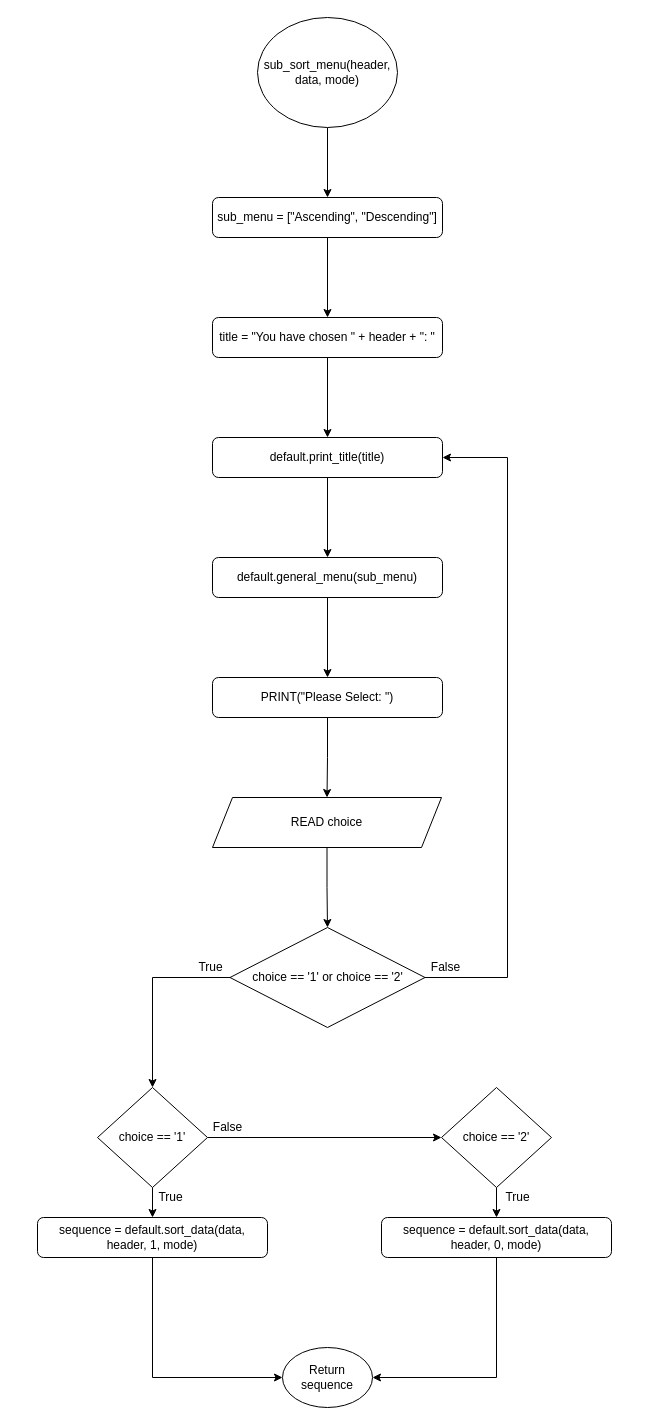
Above: Flowchart/clients/sub_sort_menu.drawio in RabbitBear00/Car-Rental-System (draw.io), before the change. Source tidied: cells renumbered, new cells numbered last; positions are measured from the earlier drawing's top-left corner, leaving out a move shared by most shapes. Both pictures are drawn from the tidied source at 100%, with x=0, y=0 at pixel (37, 17).
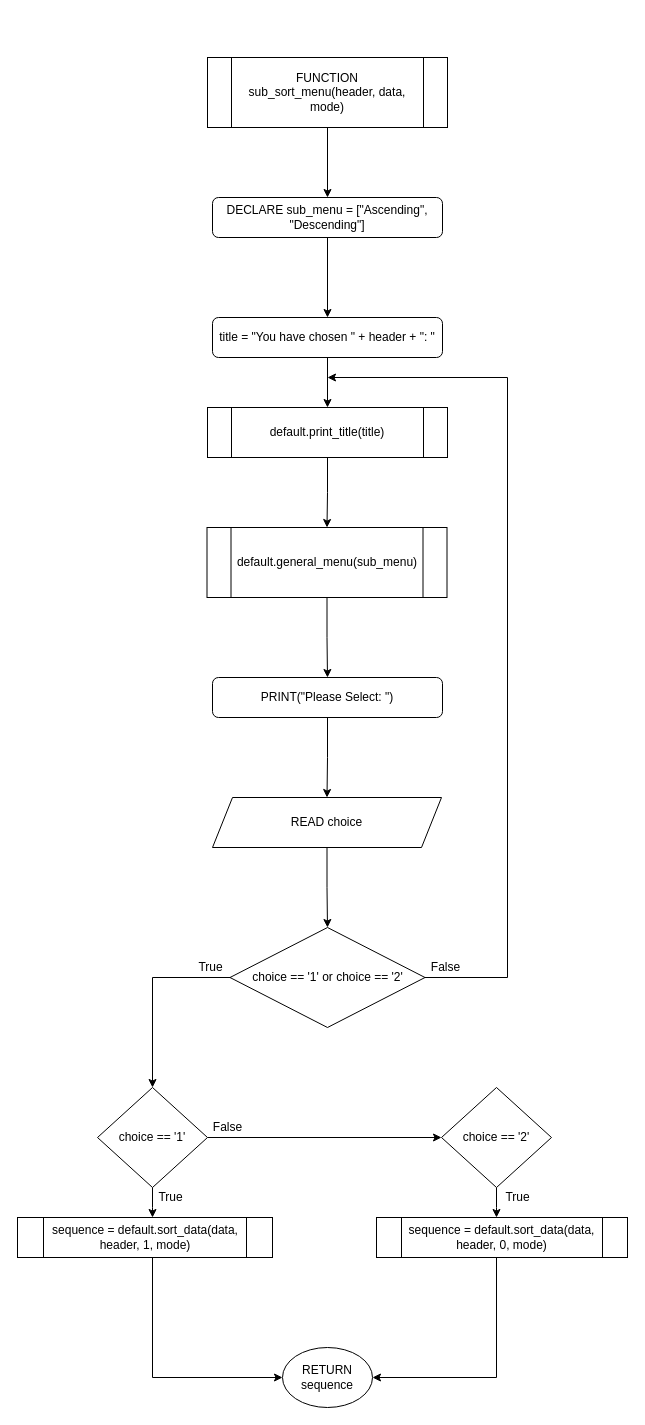
The same page after the edit.

Unchanged cells that the change refers to:
```xml
<mxCell id="7" value="title = &quot;You have chosen &quot; + header + &quot;: &quot;" style="rounded=1;whiteSpace=wrap;html=1;" parent="1" vertex="1">
  <mxGeometry x="175" y="300" width="230" height="40" as="geometry" />
</mxCell>
<mxCell id="13" value="PRINT(&quot;Please Select: &quot;)" style="rounded=1;whiteSpace=wrap;html=1;" parent="1" vertex="1">
  <mxGeometry x="175" y="660" width="230" height="40" as="geometry" />
</mxCell>
<mxCell id="18" value="choice == '1' or choice == '2'" style="rhombus;whiteSpace=wrap;html=1;" parent="1" vertex="1">
  <mxGeometry x="192.5" y="910" width="195" height="100" as="geometry" />
</mxCell>
<mxCell id="21" value="choice == '1'" style="rhombus;whiteSpace=wrap;html=1;" parent="1" vertex="1">
  <mxGeometry x="60" y="1070" width="110" height="100" as="geometry" />
</mxCell>
<mxCell id="23" value="choice == '2'" style="rhombus;whiteSpace=wrap;html=1;" parent="1" vertex="1">
  <mxGeometry x="404" y="1070" width="110" height="100" as="geometry" />
</mxCell>
```

Diff of the diagram source:
```diff
@@
-    <mxCell id="2" style="edgeStyle=orthogonalEdgeStyle;rounded=0;jettySize=auto;html=1;" parent="1" edge="1" source="3" target="5">
-      <mxGeometry relative="1" as="geometry" />
-    </mxCell>
-    <mxCell id="3" value="sub_sort_menu(header, data, mode)" style="ellipse;whiteSpace=wrap;html=1;" parent="1" vertex="1">
-      <mxGeometry x="220" width="140" height="110" as="geometry" />
-    </mxCell>
@@
-    <mxCell id="5" value="sub_menu = [&quot;Ascending&quot;, &quot;Descending&quot;]" style="rounded=1;whiteSpace=wrap;html=1;" parent="1" vertex="1">
+    <mxCell id="5" value="DECLARE sub_menu = [&quot;Ascending&quot;, &quot;Descending&quot;]" style="rounded=1;whiteSpace=wrap;html=1;" parent="1" vertex="1">
       <mxGeometry x="175" y="180" width="230" height="40" as="geometry" />
     </mxCell>
-    <mxCell id="6" style="edgeStyle=orthogonalEdgeStyle;rounded=0;jettySize=auto;html=1;" parent="1" edge="1" source="7" target="9">
+    <mxCell id="6" style="edgeStyle=orthogonalEdgeStyle;rounded=0;jettySize=auto;html=1;endArrow=classic;endFill=1;" parent="1" edge="1" source="7" target="9">
       <mxGeometry relative="1" as="geometry" />
     </mxCell>
@@
-    <mxCell id="8" style="edgeStyle=orthogonalEdgeStyle;rounded=0;jettySize=auto;html=1;" parent="1" edge="1" source="9" target="11">
-      <mxGeometry relative="1" as="geometry" />
-    </mxCell>
-    <mxCell id="9" value="default.print_title(title)" style="rounded=1;whiteSpace=wrap;html=1;" parent="1" vertex="1">
-      <mxGeometry x="175" y="420" width="230" height="40" as="geometry" />
-    </mxCell>
-    <mxCell id="10" style="edgeStyle=orthogonalEdgeStyle;rounded=0;jettySize=auto;html=1;" parent="1" edge="1" source="11" target="13">
-      <mxGeometry relative="1" as="geometry" />
-    </mxCell>
-    <mxCell id="11" value="default.general_menu(sub_menu)" style="rounded=1;whiteSpace=wrap;html=1;" parent="1" vertex="1">
-      <mxGeometry x="175" y="540" width="230" height="40" as="geometry" />
-    </mxCell>
@@
-    <mxCell id="17" style="edgeStyle=orthogonalEdgeStyle;rounded=0;jettySize=auto;html=1;exitX=1;exitY=0.5;exitDx=0;exitDy=0;entryX=1;entryY=0.5;entryDx=0;entryDy=0;" parent="1" edge="1" source="18" target="9">
+    <mxCell id="17" style="edgeStyle=orthogonalEdgeStyle;rounded=0;jettySize=auto;html=1;exitX=1;exitY=0.5;exitDx=0;exitDy=0;" parent="1" edge="1" source="18">
       <mxGeometry relative="1" as="geometry">
+        <mxPoint x="290" y="360" as="targetPoint" />
         <Array as="points">
           <mxPoint x="470" y="960" />
-          <mxPoint x="470" y="440" />
+          <mxPoint x="470" y="360" />
         </Array>
       </mxGeometry>
     </mxCell>
@@
-    <mxCell id="19" style="edgeStyle=orthogonalEdgeStyle;rounded=0;jettySize=auto;html=1;" parent="1" edge="1" source="21" target="26">
-      <mxGeometry relative="1" as="geometry" />
+    <mxCell id="19" style="edgeStyle=orthogonalEdgeStyle;rounded=0;jettySize=auto;html=1;" parent="1" edge="1" source="21">
+      <mxGeometry relative="1" as="geometry">
+        <mxPoint x="115" y="1200" as="targetPoint" />
+      </mxGeometry>
     </mxCell>
@@
-    <mxCell id="22" style="edgeStyle=orthogonalEdgeStyle;rounded=0;jettySize=auto;html=1;" parent="1" edge="1" source="23" target="28">
-      <mxGeometry relative="1" as="geometry" />
+    <mxCell id="22" style="edgeStyle=orthogonalEdgeStyle;rounded=0;jettySize=auto;html=1;" parent="1" edge="1" source="23">
+      <mxGeometry relative="1" as="geometry">
+        <mxPoint x="459" y="1200" as="targetPoint" />
+      </mxGeometry>
     </mxCell>
@@
-    <mxCell id="24" value="Return sequence" style="ellipse;whiteSpace=wrap;html=1;" parent="1" vertex="1">
+    <mxCell id="24" value="RETURN sequence" style="ellipse;whiteSpace=wrap;html=1;" parent="1" vertex="1">
       <mxGeometry x="245" y="1330" width="90" height="60" as="geometry" />
     </mxCell>
-    <mxCell id="25" style="edgeStyle=orthogonalEdgeStyle;rounded=0;jettySize=auto;html=1;entryX=0;entryY=0.5;entryDx=0;entryDy=0;" parent="1" edge="1" source="26" target="24">
+    <mxCell id="25" style="edgeStyle=orthogonalEdgeStyle;rounded=0;jettySize=auto;html=1;entryX=0;entryY=0.5;entryDx=0;entryDy=0;" parent="1" edge="1" target="24">
       <mxGeometry relative="1" as="geometry">
+        <mxPoint x="115" y="1240" as="sourcePoint" />
         <Array as="points">
           <mxPoint x="115" y="1360" />
         </Array>
       </mxGeometry>
     </mxCell>
-    <mxCell id="26" value="sequence = default.sort_data(data, header, 1, mode)" style="rounded=1;whiteSpace=wrap;html=1;" parent="1" vertex="1">
-      <mxGeometry y="1200" width="230" height="40" as="geometry" />
-    </mxCell>
-    <mxCell id="27" style="edgeStyle=orthogonalEdgeStyle;rounded=0;jettySize=auto;html=1;entryX=1;entryY=0.5;entryDx=0;entryDy=0;" parent="1" edge="1" source="28" target="24">
+    <mxCell id="27" style="edgeStyle=orthogonalEdgeStyle;rounded=0;jettySize=auto;html=1;entryX=1;entryY=0.5;entryDx=0;entryDy=0;" parent="1" edge="1" target="24">
       <mxGeometry relative="1" as="geometry">
+        <mxPoint x="459" y="1240" as="sourcePoint" />
         <Array as="points">
           <mxPoint x="459" y="1360" />
         </Array>
       </mxGeometry>
     </mxCell>
-    <mxCell id="28" value="sequence = default.sort_data(data, header, 0, mode)" style="rounded=1;whiteSpace=wrap;html=1;" parent="1" vertex="1">
-      <mxGeometry x="344" y="1200" width="230" height="40" as="geometry" />
-    </mxCell>
@@
+    <mxCell id="34" style="edgeStyle=orthogonalEdgeStyle;rounded=0;jettySize=auto;html=1;endArrow=classic;endFill=1;" parent="1" edge="1" source="35" target="5">
+      <mxGeometry relative="1" as="geometry" />
+    </mxCell>
+    <mxCell id="35" value="FUNCTION sub_sort_menu(header, data, mode)" style="shape=process;whiteSpace=wrap;html=1;backgroundOutline=1;" parent="1" vertex="1">
+      <mxGeometry x="170" y="40" width="240" height="70" as="geometry" />
+    </mxCell>
+    <mxCell id="10" style="edgeStyle=orthogonalEdgeStyle;rounded=0;jettySize=auto;html=1;endArrow=classic;endFill=1;" parent="1" edge="1" source="11" target="13">
+      <mxGeometry relative="1" as="geometry" />
+    </mxCell>
+    <mxCell id="11" value="default.general_menu(sub_menu)" style="shape=process;whiteSpace=wrap;html=1;backgroundOutline=1;" parent="1" vertex="1">
+      <mxGeometry x="169.5" y="510" width="240" height="70" as="geometry" />
+    </mxCell>
+    <mxCell id="8" style="edgeStyle=orthogonalEdgeStyle;rounded=0;jettySize=auto;html=1;endArrow=classic;endFill=1;" parent="1" edge="1" source="9" target="11">
+      <mxGeometry relative="1" as="geometry" />
+    </mxCell>
+    <mxCell id="9" value="default.print_title(title)" style="shape=process;whiteSpace=wrap;html=1;backgroundOutline=1;" parent="1" vertex="1">
+      <mxGeometry x="170" y="390" width="240" height="50" as="geometry" />
+    </mxCell>
+    <mxCell id="26" value="sequence = default.sort_data(data, header, 1, mode)" style="shape=process;whiteSpace=wrap;html=1;backgroundOutline=1;" parent="1" vertex="1">
+      <mxGeometry x="-20" y="1200" width="255" height="40" as="geometry" />
+    </mxCell>
+    <mxCell id="28" value="sequence = default.sort_data(data, header, 0, mode)" style="shape=process;whiteSpace=wrap;html=1;backgroundOutline=1;" parent="1" vertex="1">
+      <mxGeometry x="339" y="1200" width="251" height="40" as="geometry" />
+    </mxCell>
```
